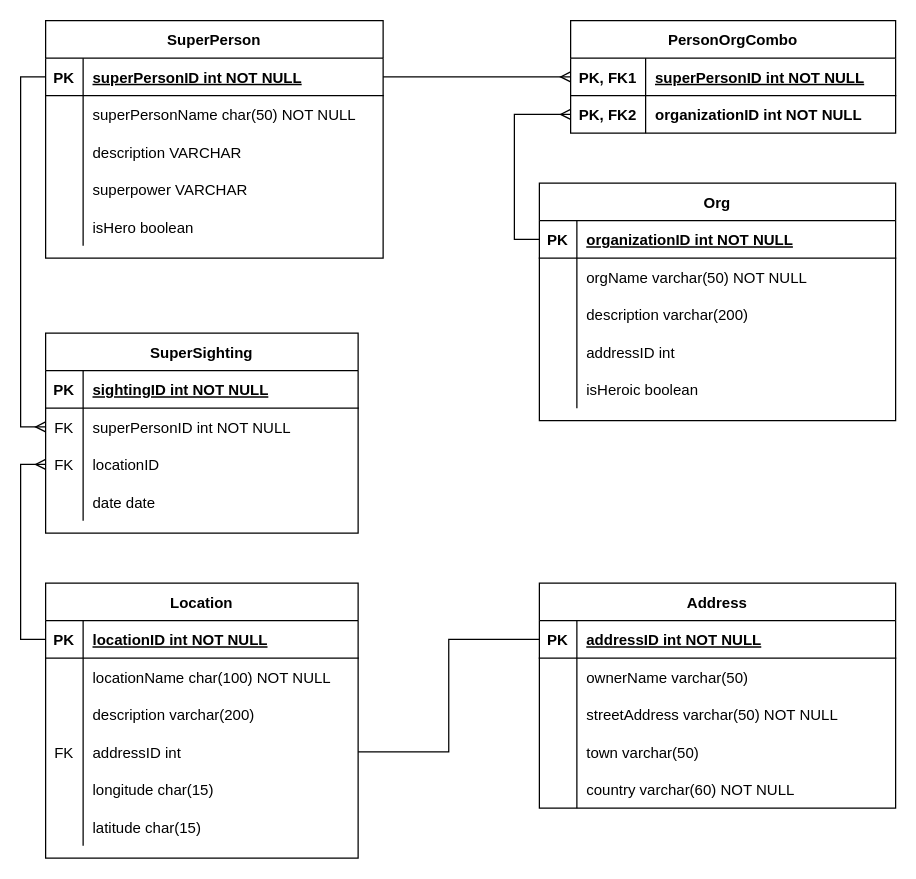
Above: SQL stuff/In-class ERDs/Engage Superhero DB ERD.drawio in The-Software-Guild/git---github-B-Rust (draw.io), before the change. Source tidied: cells renumbered, new cells numbered last; positions are measured from the earlier drawing's top-left corner, leaving out a move shared by most shapes. Both pictures are drawn from the tidied source at 125%, with x=0, y=0 at pixel (20, 20).
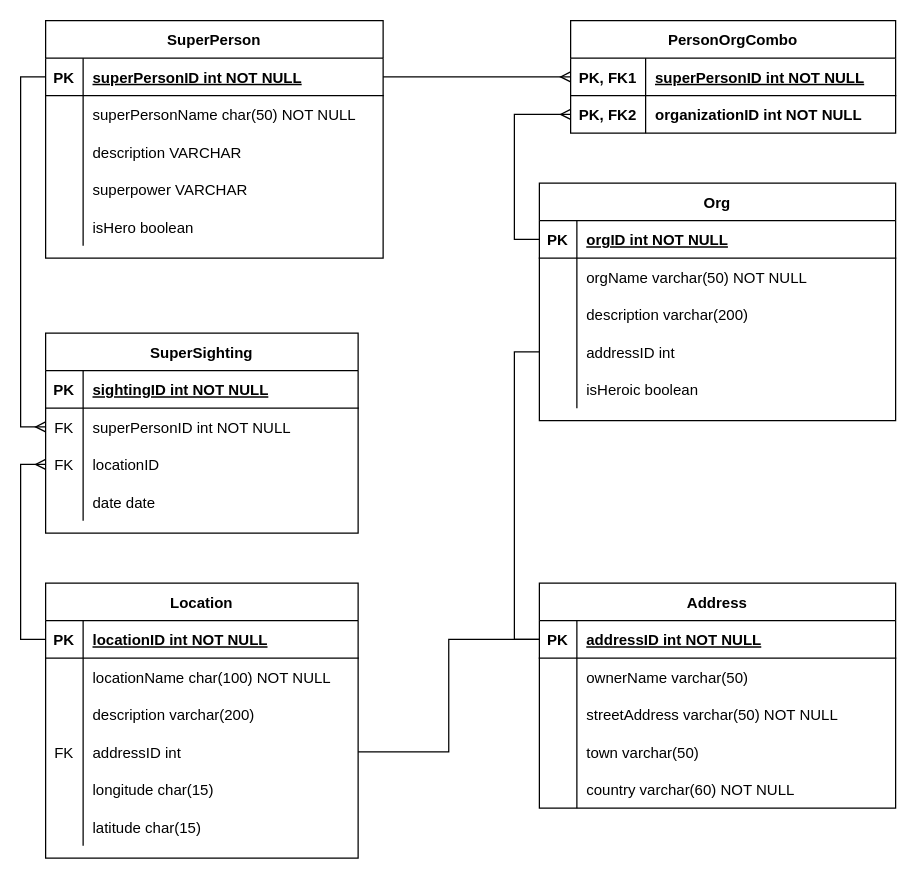
After the change.

Unchanged cells that the change refers to:
```xml
<mxCell id="32" style="shape=partialRectangle;fillColor=none;points=[[0,0.5],[1,0.5]];portConstraint=eastwest;top=0;left=0;right=0;bottom=1;" parent="31" vertex="1">
  <mxGeometry y="30" width="285" height="30" as="geometry" />
</mxCell>
<mxCell id="41" style="shape=partialRectangle;fillColor=none;points=[[0,0.5],[1,0.5]];portConstraint=eastwest;top=0;left=0;right=0;bottom=0;" parent="31" vertex="1">
  <mxGeometry y="120" width="285" height="30" as="geometry" />
</mxCell>
<mxCell id="67" style="shape=partialRectangle;fillColor=none;points=[[0,0.5],[1,0.5]];portConstraint=eastwest;top=0;left=0;right=0;bottom=1;" parent="66" vertex="1">
  <mxGeometry y="30" width="285" height="30" as="geometry" />
</mxCell>
```

Change to the diagram source:
```diff
@@
-    <mxCell id="34" value="organizationID int NOT NULL " style="shape=partialRectangle;overflow=hidden;fillColor=none;top=0;left=0;bottom=0;right=0;align=left;spacingLeft=6;fontStyle=5;" parent="32" vertex="1">
+    <mxCell id="34" value="orgID int NOT NULL " style="shape=partialRectangle;overflow=hidden;fillColor=none;top=0;left=0;bottom=0;right=0;align=left;spacingLeft=6;fontStyle=5;" parent="32" vertex="1">
       <mxGeometry x="30" width="255" height="30" as="geometry" />
     </mxCell>
@@
+    <mxCell id="94" style="edgeStyle=orthogonalEdgeStyle;rounded=0;jettySize=auto;html=1;entryX=0;entryY=0.5;entryDx=0;entryDy=0;startArrow=none;startFill=0;endArrow=none;endFill=0;" parent="1" edge="1" source="41" target="67">
+      <mxGeometry relative="1" as="geometry" />
+    </mxCell>
```
